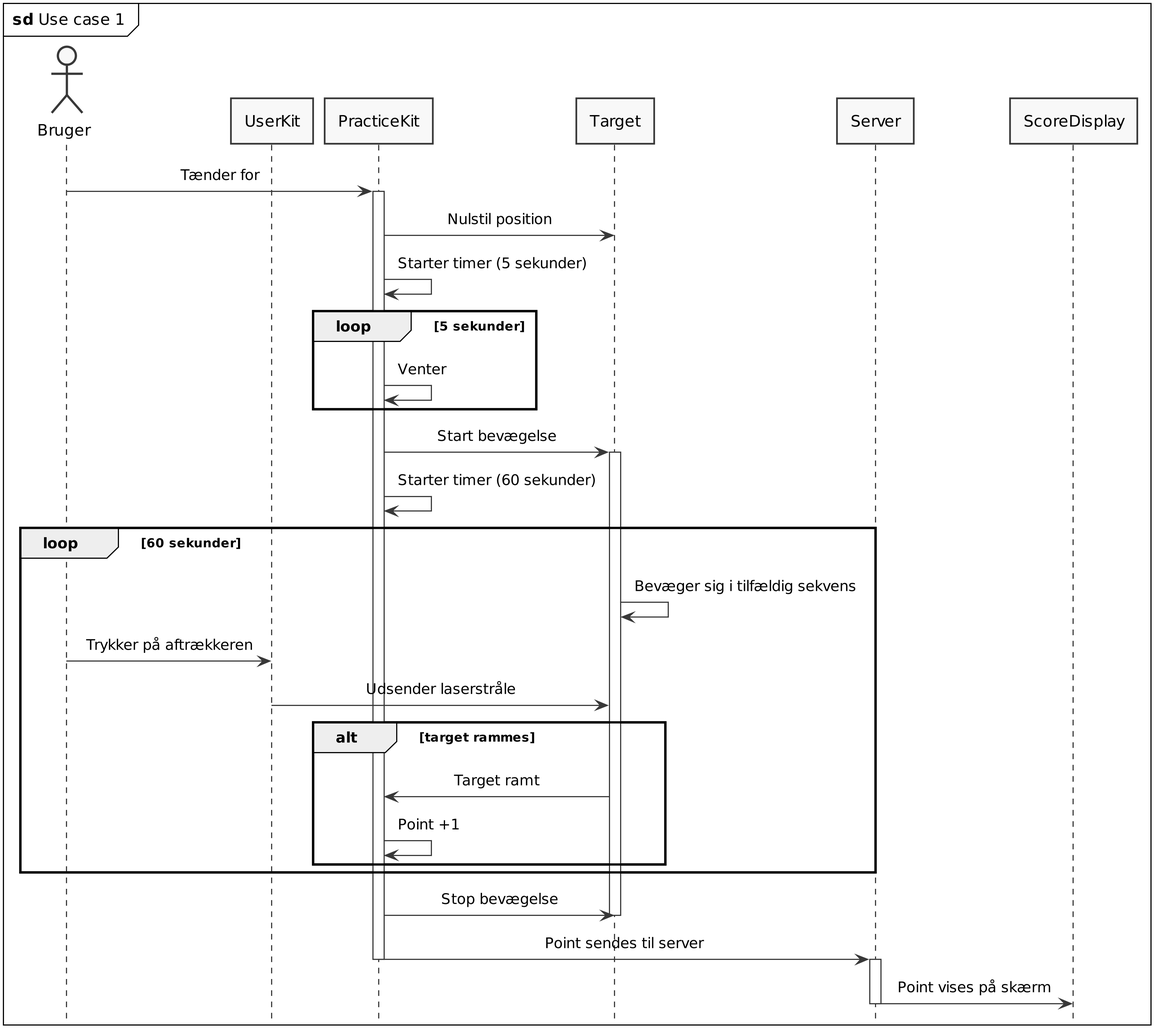
The PlantUML diagram PlantUML/out/ssd-uc1.png in LasseKrarup/Laser-Tag-Project, before a commit.
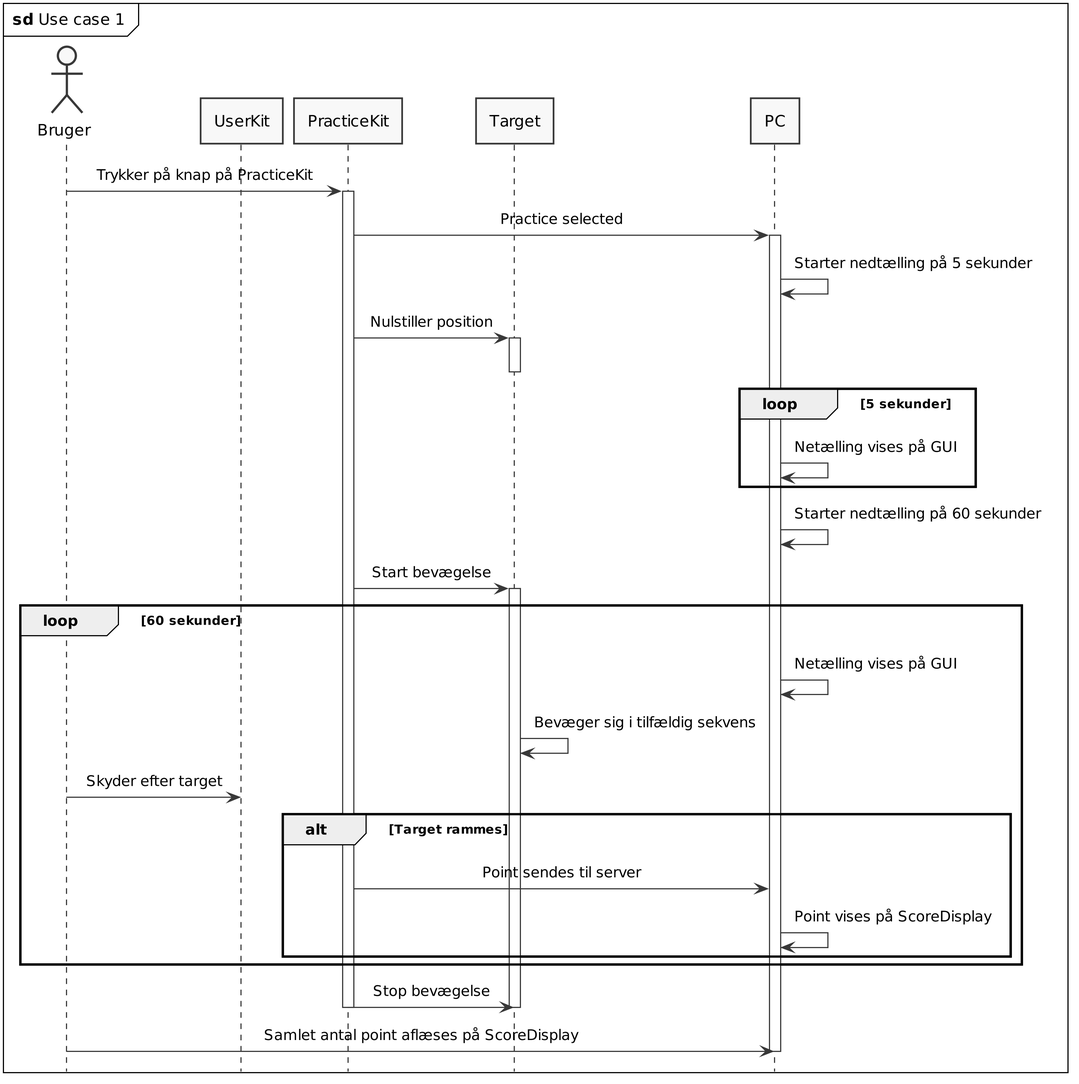
After the commit.

Change to the diagram source:
```diff
@@ -18,41 +18,40 @@
 participant "UserKit" as userKit
 participant "PracticeKit" as practiceKit
 participant "Target" as target
-participant "Server" as server
-participant "ScoreDisplay" as screen
+participant "PC" as pc
 
-user -> practiceKit: Tænder for
+user -> practiceKit++: Trykker på knap på PracticeKit
+practiceKit -> pc++: Practice selected
 
-activate practiceKit
+pc -> pc: Starter nedtælling på 5 sekunder
+practiceKit -> target++: Nulstiller position
+deactivate target
 
-practiceKit -> target: Nulstil position
-practiceKit -> practiceKit: Starter timer (5 sekunder)
 loop 5 sekunder
-    practiceKit -> practiceKit: Venter
+    pc -> pc: Netælling vises på GUI
 end
 
+pc -> pc: Starter nedtælling på 60 sekunder
 practiceKit -> target: Start bevægelse
 activate target
 
-practiceKit -> practiceKit: Starter timer (60 sekunder)
 loop 60 sekunder
+    pc -> pc: Netælling vises på GUI
+
     target -> target: Bevæger sig i tilfældig sekvens
-    user -> userKit: Trykker på aftrækkeren
-    userKit -> target: Udsender laserstråle
+    user -> userKit: Skyder efter target
 
-    alt target rammes
-        target -> practiceKit: Target ramt
-        practiceKit -> practiceKit: Point +1
+    alt Target rammes
+        practiceKit -> pc: Point sendes til server
+        pc -> pc: Point vises på ScoreDisplay
     end
 end
 
 practiceKit -> target: Stop bevægelse
 deactivate target
+deactivate practiceKit
 
-practiceKit -> server: Point sendes til server
-deactivate practiceKit
-activate server
-server -> screen: Point vises på skærm
-deactivate server
+user -> pc: Samlet antal point aflæses på ScoreDisplay
+deactivate pc
 
 @enduml
```
